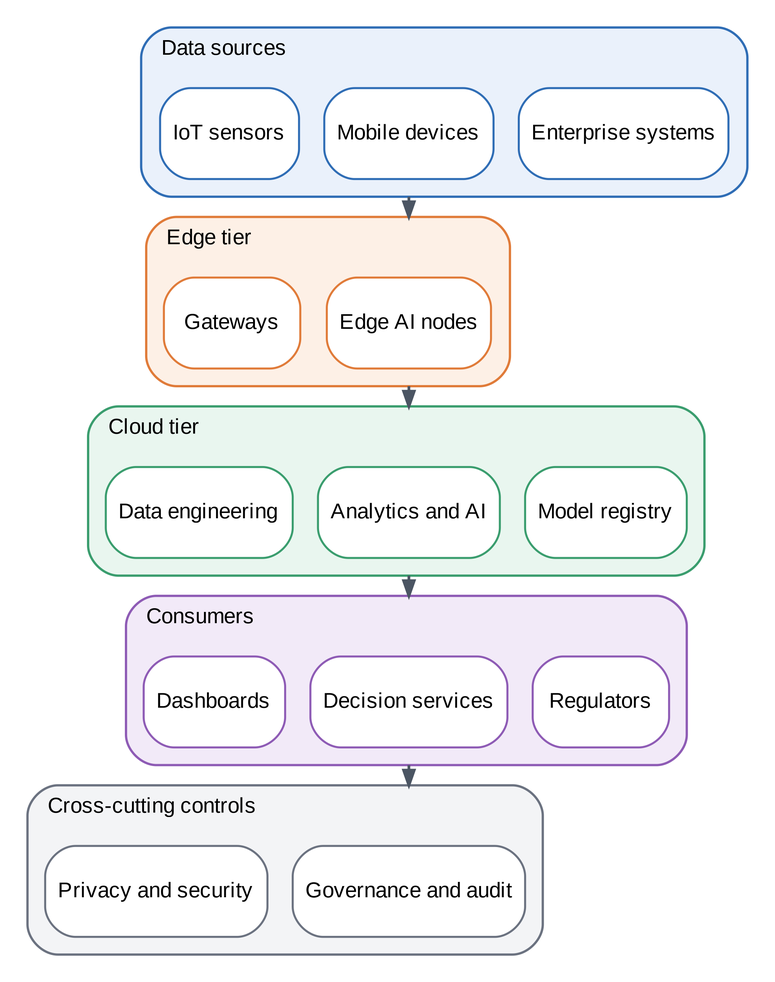
This is 01_Diagrams/Fig 02 Distributed Data Science Ecosystem Overview.png from lakshay-chauhan/data-privacy-project, a Graphviz export, as it was before one commit. Its source is kept beside it as 01_Diagrams/dot_sources/Fig 02 Distributed Data Science Ecosystem Overview.dot.
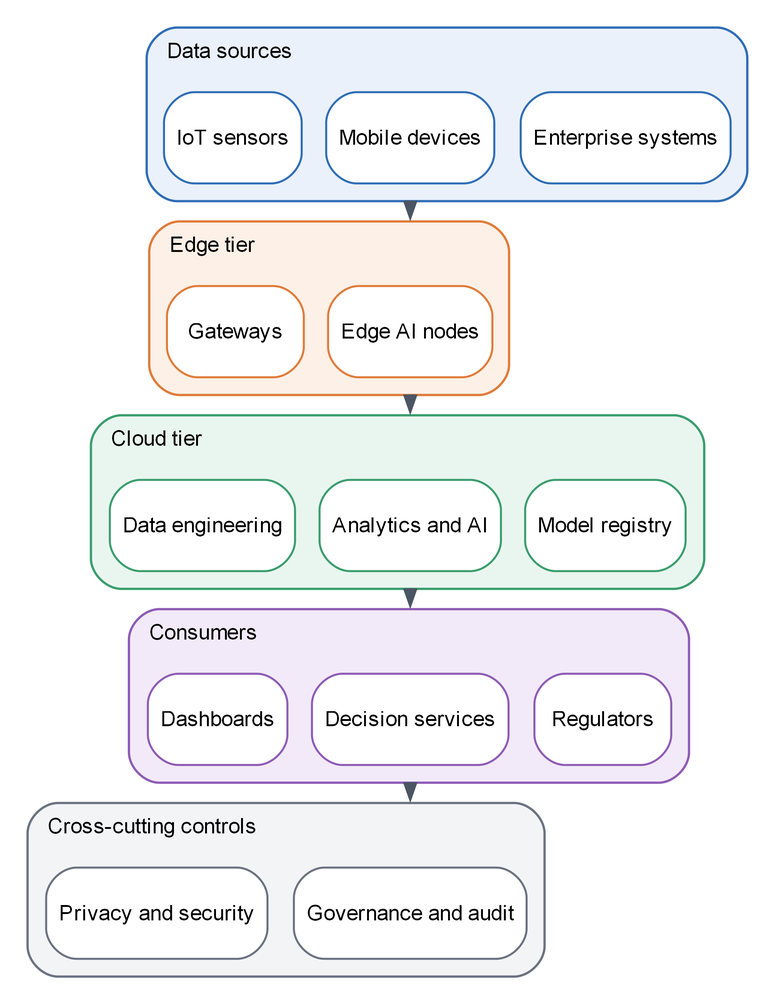
After the change.

What changed in the source:
```diff
@@ -1,4 +1,4 @@
-digraph G { graph [fontname="Liberation Sans", fontsize=9, bgcolor="white", pad=0.04, nodesep=0.14, ranksep=0.2, compound=true, size="3.45,8.2", splines=true]; node [shape=box, style="rounded,filled", fontname="Liberation Sans", fontsize=8.5, fillcolor="#EAF1FB", color="#2F6DB5", penwidth=0.8, margin="0.07,0.035"]; edge [color="#4B5563", arrowsize=0.6, penwidth=0.8, fontname="Liberation Sans", fontsize=7.5]; rankdir=TB;
+digraph G { graph [fontname="Arial", fontsize=9, bgcolor="white", pad=0.04, nodesep=0.14, ranksep=0.2, compound=true, size="3.45,8.2", splines=true]; node [shape=box, style="rounded,filled", fontname="Arial", fontsize=8.5, fillcolor="#EAF1FB", color="#2F6DB5", penwidth=0.8, margin="0.07,0.035"]; edge [color="#4B5563", arrowsize=0.6, penwidth=0.8, fontname="Arial", fontsize=7.5]; rankdir=TB;
 subgraph cluster_0 { label="Data sources"; labeljust=l; fontsize=8.5; style="rounded,filled"; fillcolor="#EAF1FB"; color="#2F6DB5"; penwidth=0.9; margin=7;
 {rank=same; l0i0 [label="IoT sensors", fillcolor="white", color="#2F6DB5"]; l0i1 [label="Mobile devices", fillcolor="white", color="#2F6DB5"]; l0i2 [label="Enterprise systems", fillcolor="white", color="#2F6DB5"]; }
 l0i0 -> l0i1 [style=invis];
```
